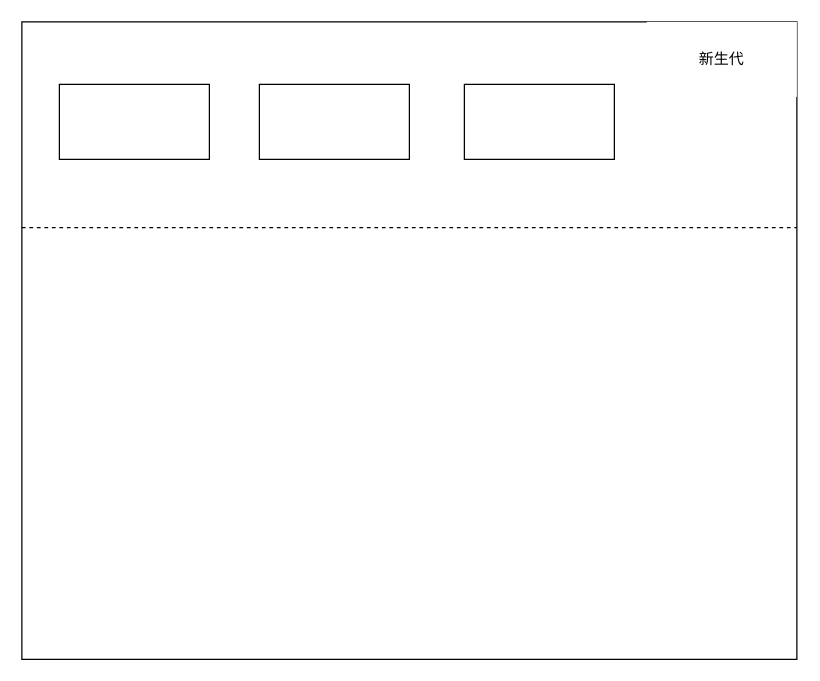
The draw.io diagram HotSpot的几种垃圾收集器.drawio in wushengqiang/mydoc, before the edit. Source tidied: cells renumbered, new cells numbered last; positions are measured from the earlier drawing's top-left corner, leaving out a move shared by most shapes. Both pictures are drawn from the tidied source at 125%, with x=0, y=0 at pixel (21, 21).
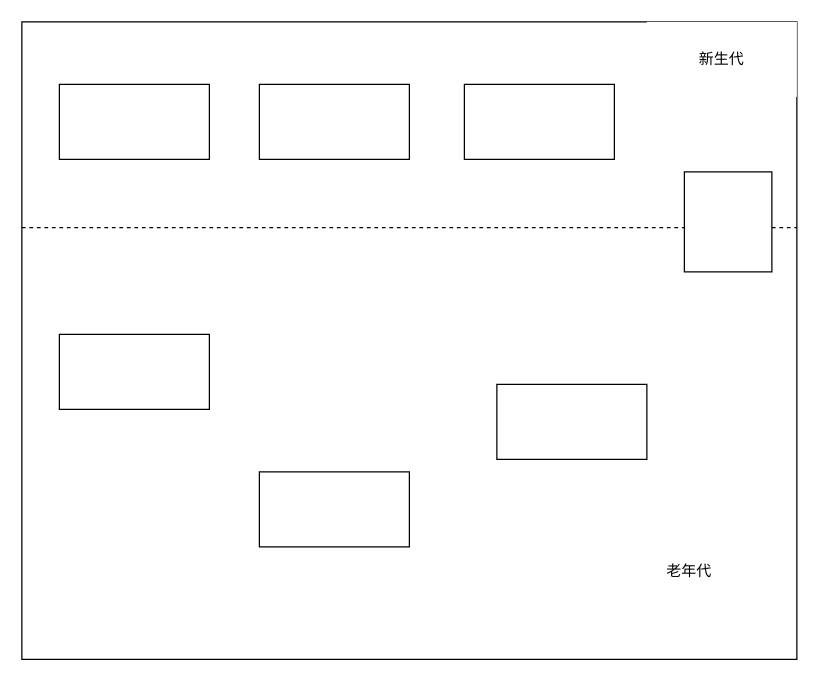
Above is the later version.

Commit message (it also covers changes not shown here):
更新HotSpot的几种垃圾收集器.drawio

Diff of the diagram source:
```diff
@@
 <mxGraphModel>
   <root>
     <mxCell id="0" />
     <mxCell id="1" parent="0" />
     <mxCell id="2" style="rounded=0;whiteSpace=wrap;html=1;" parent="1" vertex="1">
       <mxGeometry width="620" height="510" as="geometry" />
     </mxCell>
     <mxCell id="3" style="endArrow=none;dashed=1;html=1;exitX=0;exitY=0.25;exitDx=0;exitDy=0;entryX=1;entryY=0.25;entryDx=0;entryDy=0;" parent="1" edge="1">
       <mxGeometry relative="1" as="geometry">
         <mxPoint y="164.5" as="sourcePoint" />
         <mxPoint x="620" y="164.5" as="targetPoint" />
       </mxGeometry>
     </mxCell>
     <mxCell id="4" style="rounded=0;whiteSpace=wrap;html=1;" parent="1" vertex="1">
       <mxGeometry x="30" y="50" width="120" height="60" as="geometry" />
     </mxCell>
     <mxCell id="5" style="rounded=0;whiteSpace=wrap;html=1;" parent="1" vertex="1">
       <mxGeometry x="190" y="50" width="120" height="60" as="geometry" />
     </mxCell>
     <mxCell id="6" style="rounded=0;whiteSpace=wrap;html=1;" parent="1" vertex="1">
       <mxGeometry x="354" y="50" width="120" height="60" as="geometry" />
     </mxCell>
     <mxCell id="7" value="新生代" style="rounded=0;whiteSpace=wrap;html=1;strokeColor=none;" parent="1" vertex="1">
       <mxGeometry x="500" width="120" height="60" as="geometry" />
     </mxCell>
+    <mxCell id="8" style="rounded=0;whiteSpace=wrap;html=1;" parent="1" vertex="1">
+      <mxGeometry x="530" y="120" width="70" height="80" as="geometry" />
+    </mxCell>
+    <mxCell id="9" style="rounded=0;whiteSpace=wrap;html=1;" parent="1" vertex="1">
+      <mxGeometry x="30" y="250" width="120" height="60" as="geometry" />
+    </mxCell>
+    <mxCell id="10" style="rounded=0;whiteSpace=wrap;html=1;" parent="1" vertex="1">
+      <mxGeometry x="190" y="360" width="120" height="60" as="geometry" />
+    </mxCell>
+    <mxCell id="11" style="rounded=0;whiteSpace=wrap;html=1;" parent="1" vertex="1">
+      <mxGeometry x="380" y="290" width="120" height="60" as="geometry" />
+    </mxCell>
+    <mxCell id="12" value="老年代" style="rounded=0;whiteSpace=wrap;html=1;strokeColor=none;" parent="1" vertex="1">
+      <mxGeometry x="474" y="410" width="120" height="60" as="geometry" />
+    </mxCell>
   </root>
 </mxGraphModel>
```
